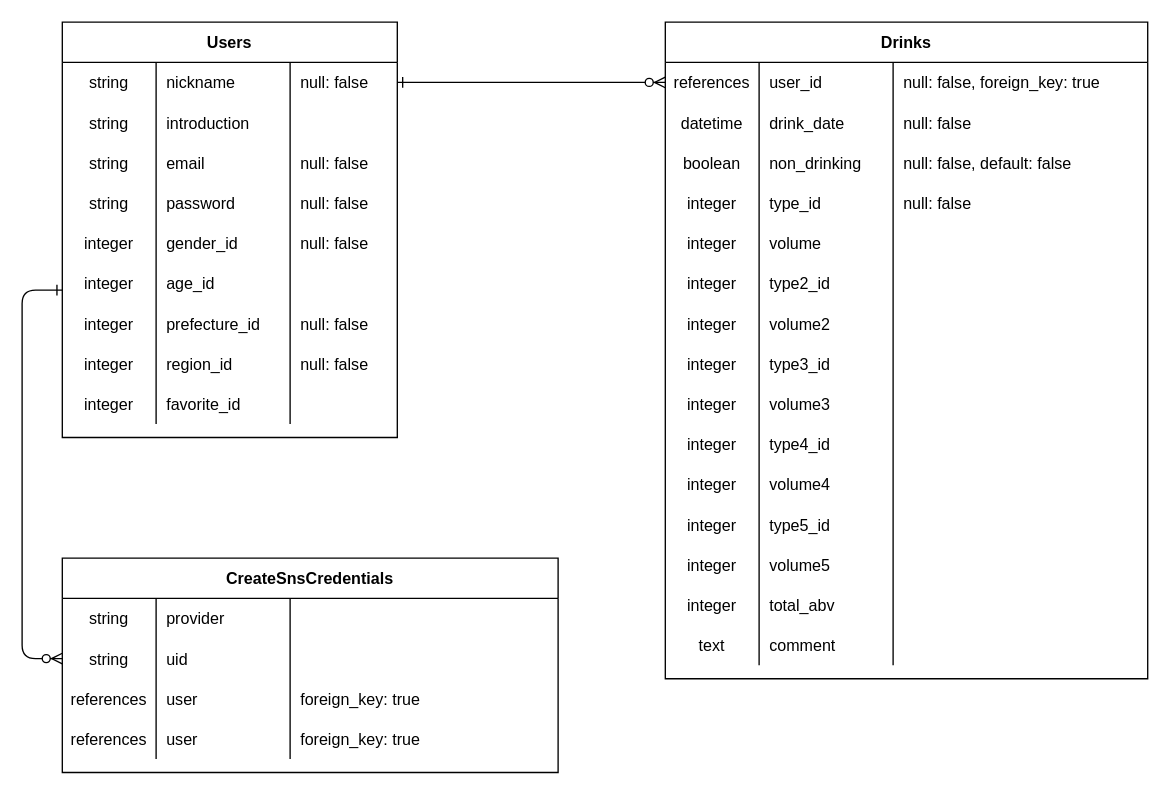
Before: ER.dio in ioni90/liquor-app, a draw.io diagram. Source tidied: cells renumbered, new cells numbered last; positions are measured from the earlier drawing's top-left corner, leaving out a move shared by most shapes. Both pictures are drawn from the tidied source at 134%, with x=0, y=0 at pixel (21, 21).
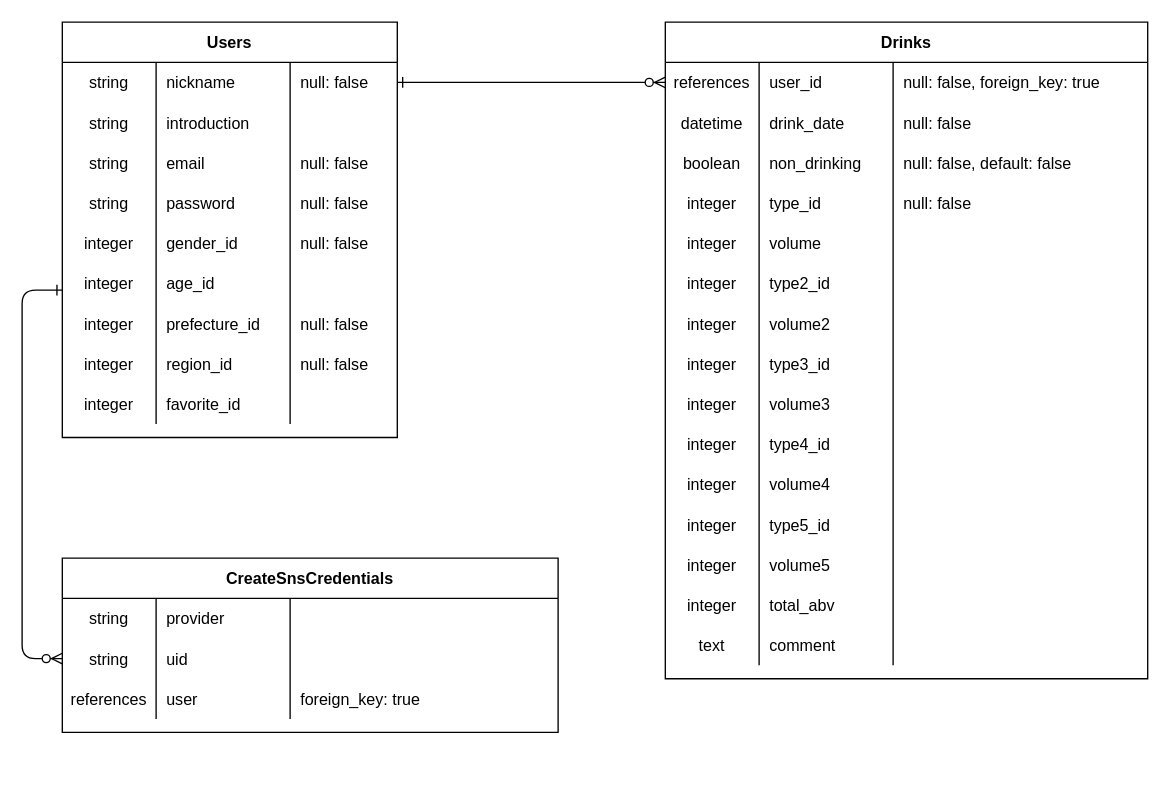
After the change.

Change to the diagram source:
```diff
@@
     <mxCell id="2" value="CreateSnsCredentials" style="shape=table;startSize=30;childLayout=tableLayout;rowLines=0;fontStyle=1;align=center;" parent="1" vertex="1">
-      <mxGeometry x="30" y="400" width="370" height="160" as="geometry" />
+      <mxGeometry x="30" y="400" width="370" height="130" as="geometry" />
     </mxCell>
@@
-    <mxCell id="15" style="shape=partialRectangle;fillColor=none;top=0;left=0;bottom=0;right=0;" parent="2" vertex="1">
-      <mxGeometry y="120" width="370" height="30" as="geometry" />
-    </mxCell>
-    <mxCell id="16" value="references" style="shape=partialRectangle;fillColor=none;top=0;left=0;bottom=0;right=0;overflow=hidden;" parent="15" vertex="1">
-      <mxGeometry width="70" height="30" as="geometry" />
-    </mxCell>
-    <mxCell id="17" value="user" style="shape=partialRectangle;fillColor=none;top=0;left=0;bottom=0;right=0;align=left;spacingLeft=6;overflow=hidden;" parent="15" vertex="1">
-      <mxGeometry x="70" width="100" height="30" as="geometry" />
-    </mxCell>
-    <mxCell id="18" value="foreign_key: true" style="shape=partialRectangle;fillColor=none;top=0;left=0;bottom=0;right=0;align=left;spacingLeft=6;overflow=hidden;" parent="15" vertex="1">
-      <mxGeometry x="170" width="200" height="30" as="geometry" />
-    </mxCell>
```
